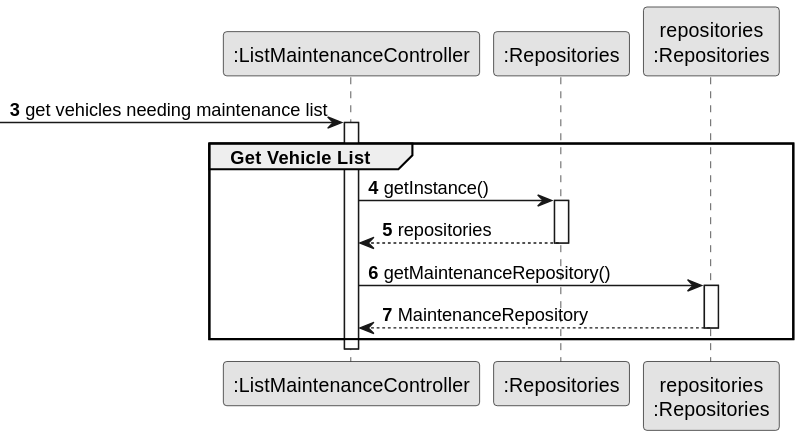
The PlantUML diagram docs/sprintB/us008/03.design/svg/us008-sequence-diagram-partial-get-maintenance-repository.svg in ricardomm7/leaflink, before a commit.
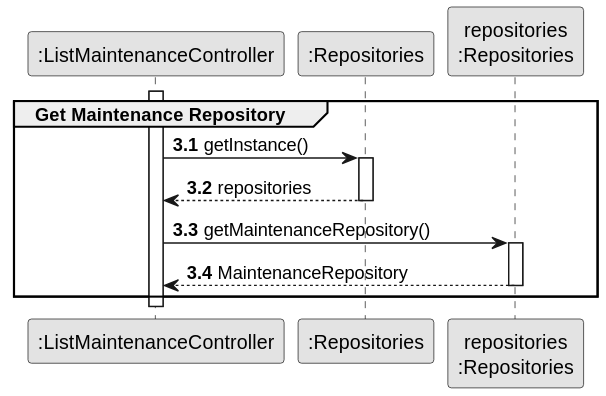
The same file after the commit.

What changed in the source:
```diff
@@ -10,11 +10,10 @@
 participant ":Repositories" as RepositorySingleton
 participant "repositories\n:Repositories" as PLAT
 
-autonumber 3
 
- -> CTRL : get vehicles needing maintenance list
 activate CTRL
-    group Get Vehicle List
+autonumber 3.1
+    group Get Maintenance Repository
 
         CTRL -> RepositorySingleton : getInstance()
         activate RepositorySingleton
@@ -30,6 +29,6 @@
 
     end
 
-    autonumber 4
+
 deactivate CTRL
 @enduml
```
